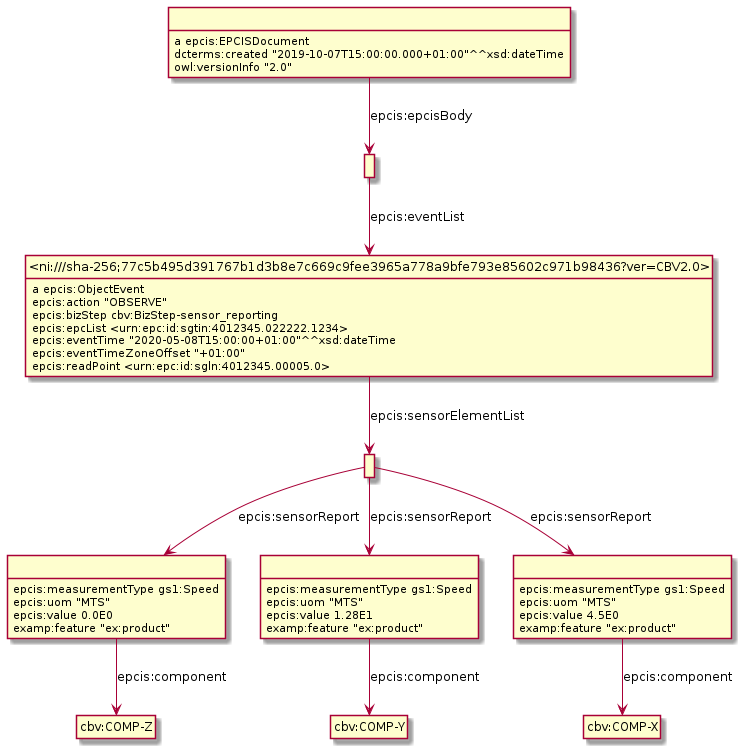
The PlantUML diagram Diagrams/WithSensorData/SensorDataExample10.png in gs1/EPCIS, before a commit.
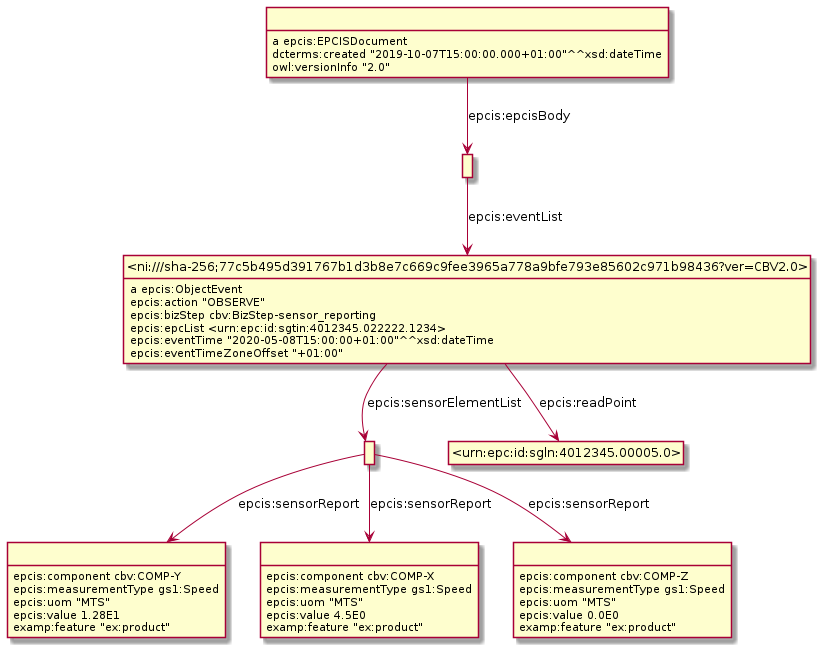
The same diagram one commit later.

Diff of the diagram source:
```diff
@@ -3,45 +3,43 @@
 hide empty attributes
 hide circle
 skinparam classAttributeIconSize 0
-class _r1631889719r3_ as " "
-class cbv_COMP_Z as "cbv:COMP-Z"
-_r1631889719r3_ -down-> cbv_COMP_Z : epcis:component
-_r1631889719r3_ : epcis:measurementType gs1:Speed
-_r1631889719r3_ : epcis:uom "MTS"
-_r1631889719r3_ : epcis:value 0.0E0
-_r1631889719r3_ : examp:feature "ex:product"
-class _r1631889719r0_ as " "
-_r1631889719r0_ : a epcis:EPCISDocument
-class _r1631889719r1_ as " "
-_r1631889719r0_ -down-> _r1631889719r1_ : epcis:epcisBody
-_r1631889719r0_ : dcterms:created "2019-10-07T15:00:00.000+01:00"^^xsd:dateTime
-_r1631889719r0_ : owl:versionInfo "2.0"
+class _r1632232162r4_ as " "
+_r1632232162r4_ : epcis:component cbv:COMP-Y
+_r1632232162r4_ : epcis:measurementType gs1:Speed
+_r1632232162r4_ : epcis:uom "MTS"
+_r1632232162r4_ : epcis:value 1.28E1
+_r1632232162r4_ : examp:feature "ex:product"
+class _r1632232162r1_ as " "
 class _ni_sha_256_77c5b495d391767b1d3b8e7c669c9fee3965a778a9bfe793e85602c971b98436_ver_CBV2_0_ as "<ni:///sha-256;77c5b495d391767b1d3b8e7c669c9fee3965a778a9bfe793e85602c971b98436?ver=CBV2.0>"
-_r1631889719r1_ -down-> _ni_sha_256_77c5b495d391767b1d3b8e7c669c9fee3965a778a9bfe793e85602c971b98436_ver_CBV2_0_ : epcis:eventList
-class _r1631889719r4_ as " "
-class cbv_COMP_Y as "cbv:COMP-Y"
-_r1631889719r4_ -down-> cbv_COMP_Y : epcis:component
-_r1631889719r4_ : epcis:measurementType gs1:Speed
-_r1631889719r4_ : epcis:uom "MTS"
-_r1631889719r4_ : epcis:value 1.28E1
-_r1631889719r4_ : examp:feature "ex:product"
-class _r1631889719r2_ as " "
-class _r1631889719r5_ as " "
-_r1631889719r2_ -down-> _r1631889719r5_ : epcis:sensorReport
-_r1631889719r2_ -down-> _r1631889719r4_ : epcis:sensorReport
-_r1631889719r2_ -down-> _r1631889719r3_ : epcis:sensorReport
-class cbv_COMP_X as "cbv:COMP-X"
-_r1631889719r5_ -down-> cbv_COMP_X : epcis:component
-_r1631889719r5_ : epcis:measurementType gs1:Speed
-_r1631889719r5_ : epcis:uom "MTS"
-_r1631889719r5_ : epcis:value 4.5E0
-_r1631889719r5_ : examp:feature "ex:product"
+_r1632232162r1_ -down-> _ni_sha_256_77c5b495d391767b1d3b8e7c669c9fee3965a778a9bfe793e85602c971b98436_ver_CBV2_0_ : epcis:eventList
+class _r1632232162r2_ as " "
+class _r1632232162r5_ as " "
+_r1632232162r2_ -down-> _r1632232162r5_ : epcis:sensorReport
+class _r1632232162r3_ as " "
+_r1632232162r2_ -down-> _r1632232162r3_ : epcis:sensorReport
+_r1632232162r2_ -down-> _r1632232162r4_ : epcis:sensorReport
+_r1632232162r3_ : epcis:component cbv:COMP-Z
+_r1632232162r3_ : epcis:measurementType gs1:Speed
+_r1632232162r3_ : epcis:uom "MTS"
+_r1632232162r3_ : epcis:value 0.0E0
+_r1632232162r3_ : examp:feature "ex:product"
+_r1632232162r5_ : epcis:component cbv:COMP-X
+_r1632232162r5_ : epcis:measurementType gs1:Speed
+_r1632232162r5_ : epcis:uom "MTS"
+_r1632232162r5_ : epcis:value 4.5E0
+_r1632232162r5_ : examp:feature "ex:product"
+class _r1632232162r0_ as " "
+_r1632232162r0_ : a epcis:EPCISDocument
+_r1632232162r0_ -down-> _r1632232162r1_ : epcis:epcisBody
+_r1632232162r0_ : dcterms:created "2019-10-07T15:00:00.000+01:00"^^xsd:dateTime
+_r1632232162r0_ : owl:versionInfo "2.0"
 _ni_sha_256_77c5b495d391767b1d3b8e7c669c9fee3965a778a9bfe793e85602c971b98436_ver_CBV2_0_ : a epcis:ObjectEvent
-_ni_sha_256_77c5b495d391767b1d3b8e7c669c9fee3965a778a9bfe793e85602c971b98436_ver_CBV2_0_ -down-> _r1631889719r2_ : epcis:sensorElementList
+class _urn_epc_id_sgln_4012345_00005_0_ as "<urn:epc:id:sgln:4012345.00005.0>"
+_ni_sha_256_77c5b495d391767b1d3b8e7c669c9fee3965a778a9bfe793e85602c971b98436_ver_CBV2_0_ -down-> _urn_epc_id_sgln_4012345_00005_0_ : epcis:readPoint
+_ni_sha_256_77c5b495d391767b1d3b8e7c669c9fee3965a778a9bfe793e85602c971b98436_ver_CBV2_0_ -down-> _r1632232162r2_ : epcis:sensorElementList
 _ni_sha_256_77c5b495d391767b1d3b8e7c669c9fee3965a778a9bfe793e85602c971b98436_ver_CBV2_0_ : epcis:action "OBSERVE"
 _ni_sha_256_77c5b495d391767b1d3b8e7c669c9fee3965a778a9bfe793e85602c971b98436_ver_CBV2_0_ : epcis:bizStep cbv:BizStep-sensor_reporting
 _ni_sha_256_77c5b495d391767b1d3b8e7c669c9fee3965a778a9bfe793e85602c971b98436_ver_CBV2_0_ : epcis:epcList <urn:epc:id:sgtin:4012345.022222.1234>
 _ni_sha_256_77c5b495d391767b1d3b8e7c669c9fee3965a778a9bfe793e85602c971b98436_ver_CBV2_0_ : epcis:eventTime "2020-05-08T15:00:00+01:00"^^xsd:dateTime
 _ni_sha_256_77c5b495d391767b1d3b8e7c669c9fee3965a778a9bfe793e85602c971b98436_ver_CBV2_0_ : epcis:eventTimeZoneOffset "+01:00"
-_ni_sha_256_77c5b495d391767b1d3b8e7c669c9fee3965a778a9bfe793e85602c971b98436_ver_CBV2_0_ : epcis:readPoint <urn:epc:id:sgln:4012345.00005.0>
 @enduml
```
